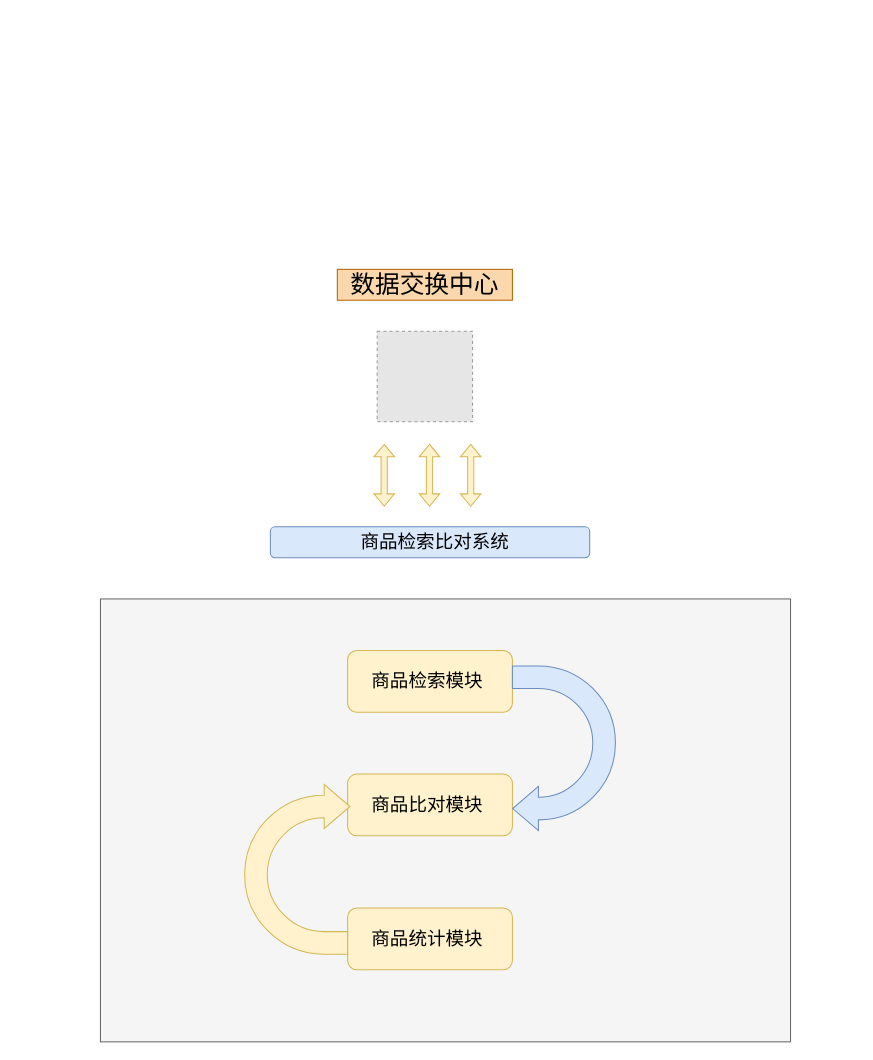
This is shop-compare-system.drawio from MarchAwake/design-graph, a draw.io file, before an edit. Source tidied: cells renumbered, new cells numbered last; positions are measured from the earlier drawing's top-left corner, leaving out a move shared by most shapes. Both pictures are drawn from the tidied source at 103%, with x=0, y=0 at pixel (100, 269). Pictures stored in the file or linked from it are replaced by grey dashed boxes.
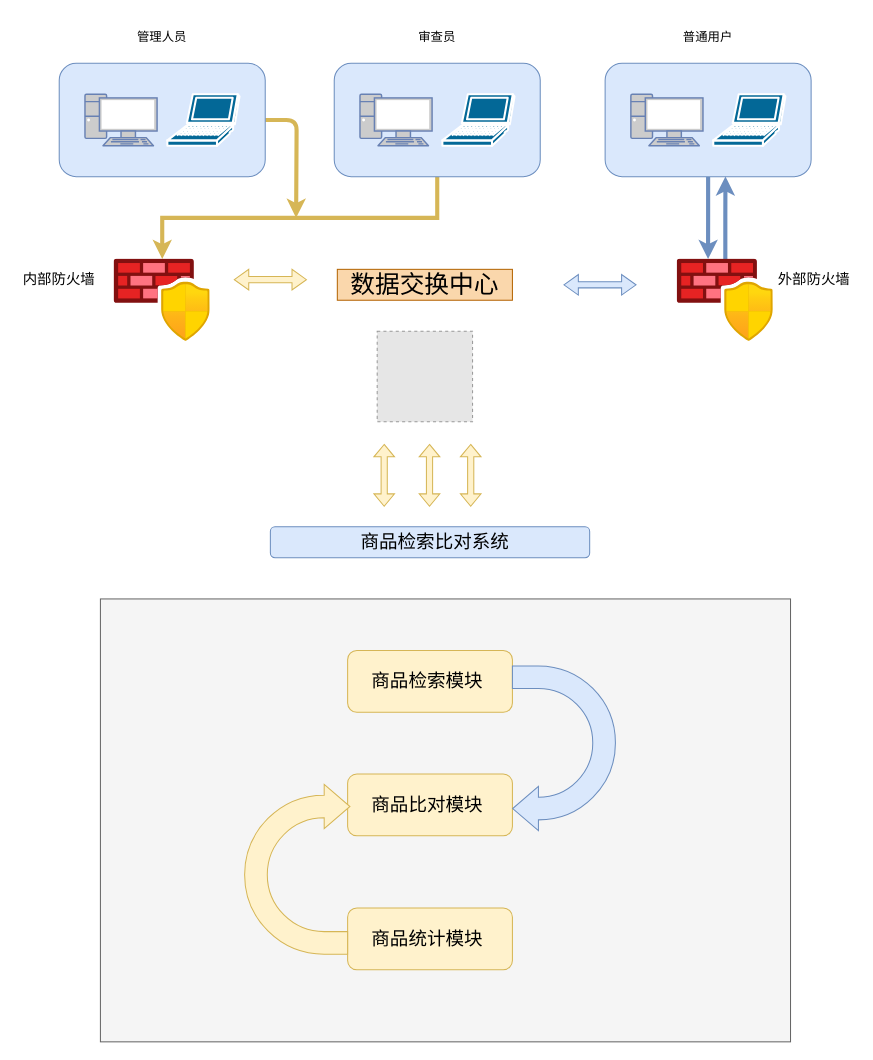
After the change.

What changed in the source:
```diff
@@
+    <mxCell id="18" style="edgeStyle=orthogonalEdgeStyle;rounded=1;jettySize=auto;html=1;fillColor=#fff2cc;strokeColor=#d6b656;strokeWidth=4;" parent="1" edge="1" source="19">
+      <mxGeometry relative="1" as="geometry">
+        <mxPoint x="190" y="-50" as="targetPoint" />
+      </mxGeometry>
+    </mxCell>
+    <mxCell id="19" style="rounded=1;whiteSpace=wrap;html=1;fillColor=#dae8fc;strokeColor=#6c8ebf;" parent="1" vertex="1">
+      <mxGeometry x="-40" y="-200" width="200" height="110" as="geometry" />
+    </mxCell>
@@
+    <mxCell id="20" style="fontColor=#0066CC;verticalAlign=top;verticalLabelPosition=bottom;labelPosition=center;align=center;html=1;fillColor=#CCCCCC;strokeColor=#6881B3;gradientColor=none;gradientDirection=north;strokeWidth=2;shape=mxgraph.networks.pc;" parent="1" vertex="1">
+      <mxGeometry x="-15" y="-170" width="70" height="50" as="geometry" />
+    </mxCell>
+    <mxCell id="21" style="shape=mxgraph.cisco.computers_and_peripherals.laptop;html=1;dashed=0;fillColor=#036897;strokeColor=#ffffff;strokeWidth=2;verticalLabelPosition=bottom;verticalAlign=top;align=center;" parent="1" vertex="1">
+      <mxGeometry x="65" y="-170" width="70" height="50" as="geometry" />
+    </mxCell>
+    <mxCell id="22" value="&lt;p class=&quot;MsoNormal&quot;&gt;&lt;font face=&quot;仿宋_GB2312&quot;&gt;管理人员&lt;/font&gt;&lt;/p&gt;" style="text;html=1;strokeColor=none;fillColor=none;align=center;verticalAlign=middle;whiteSpace=wrap;rounded=0;" parent="1" vertex="1">
+      <mxGeometry x="30" y="-240" width="60" height="30" as="geometry" />
+    </mxCell>
+    <mxCell id="23" style="edgeStyle=orthogonalEdgeStyle;rounded=0;jettySize=auto;html=1;exitX=0.5;exitY=1;exitDx=0;exitDy=0;fillColor=#fff2cc;strokeColor=#d6b656;strokeWidth=4;" parent="1" edge="1" source="24" target="33">
+      <mxGeometry relative="1" as="geometry" />
+    </mxCell>
+    <mxCell id="24" style="rounded=1;whiteSpace=wrap;html=1;fillColor=#dae8fc;strokeColor=#6c8ebf;" parent="1" vertex="1">
+      <mxGeometry x="227" y="-200" width="200" height="110" as="geometry" />
+    </mxCell>
+    <mxCell id="25" style="fontColor=#0066CC;verticalAlign=top;verticalLabelPosition=bottom;labelPosition=center;align=center;html=1;fillColor=#CCCCCC;strokeColor=#6881B3;gradientColor=none;gradientDirection=north;strokeWidth=2;shape=mxgraph.networks.pc;" parent="1" vertex="1">
+      <mxGeometry x="252" y="-170" width="70" height="50" as="geometry" />
+    </mxCell>
+    <mxCell id="26" style="shape=mxgraph.cisco.computers_and_peripherals.laptop;html=1;dashed=0;fillColor=#036897;strokeColor=#ffffff;strokeWidth=2;verticalLabelPosition=bottom;verticalAlign=top;align=center;" parent="1" vertex="1">
+      <mxGeometry x="332" y="-170" width="70" height="50" as="geometry" />
+    </mxCell>
+    <mxCell id="27" value="&lt;p class=&quot;MsoNormal&quot;&gt;&lt;font face=&quot;仿宋_GB2312&quot;&gt;审查员&lt;/font&gt;&lt;/p&gt;" style="text;html=1;strokeColor=none;fillColor=none;align=center;verticalAlign=middle;whiteSpace=wrap;rounded=0;" parent="1" vertex="1">
+      <mxGeometry x="297" y="-240" width="60" height="30" as="geometry" />
+    </mxCell>
+    <mxCell id="28" style="edgeStyle=orthogonalEdgeStyle;rounded=0;jettySize=auto;html=1;entryX=0.321;entryY=0;entryDx=0;entryDy=0;entryPerimeter=0;fillColor=#dae8fc;strokeColor=#6c8ebf;strokeWidth=4;" parent="1" edge="1" source="29" target="35">
+      <mxGeometry relative="1" as="geometry" />
+    </mxCell>
+    <mxCell id="29" style="rounded=1;whiteSpace=wrap;html=1;fillColor=#dae8fc;strokeColor=#6c8ebf;" parent="1" vertex="1">
+      <mxGeometry x="490" y="-200" width="200" height="110" as="geometry" />
+    </mxCell>
+    <mxCell id="30" style="fontColor=#0066CC;verticalAlign=top;verticalLabelPosition=bottom;labelPosition=center;align=center;html=1;fillColor=#CCCCCC;strokeColor=#6881B3;gradientColor=none;gradientDirection=north;strokeWidth=2;shape=mxgraph.networks.pc;" parent="1" vertex="1">
+      <mxGeometry x="515" y="-170" width="70" height="50" as="geometry" />
+    </mxCell>
+    <mxCell id="31" style="shape=mxgraph.cisco.computers_and_peripherals.laptop;html=1;dashed=0;fillColor=#036897;strokeColor=#ffffff;strokeWidth=2;verticalLabelPosition=bottom;verticalAlign=top;align=center;" parent="1" vertex="1">
+      <mxGeometry x="595" y="-170" width="70" height="50" as="geometry" />
+    </mxCell>
+    <mxCell id="32" value="&lt;p class=&quot;MsoNormal&quot;&gt;&lt;font face=&quot;仿宋_GB2312&quot;&gt;普通用户&lt;/font&gt;&lt;/p&gt;" style="text;html=1;strokeColor=none;fillColor=none;align=center;verticalAlign=middle;whiteSpace=wrap;rounded=0;" parent="1" vertex="1">
+      <mxGeometry x="560" y="-240" width="60" height="30" as="geometry" />
+    </mxCell>
+    <mxCell id="33" style="image;html=1;points=[];align=center;fontSize=12;image=img/lib/azure2/networking/Azure_Firewall_Manager.svg;" parent="1" vertex="1">
+      <mxGeometry x="13.3" y="-10" width="93.3" height="80" as="geometry" />
+    </mxCell>
+    <mxCell id="34" style="edgeStyle=orthogonalEdgeStyle;rounded=0;jettySize=auto;html=1;entryX=0.584;entryY=0.998;entryDx=0;entryDy=0;entryPerimeter=0;fillColor=#dae8fc;strokeColor=#6c8ebf;strokeWidth=4;" parent="1" edge="1" source="35" target="29">
+      <mxGeometry relative="1" as="geometry" />
+    </mxCell>
+    <mxCell id="35" style="image;html=1;points=[];align=center;fontSize=12;image=img/lib/azure2/networking/Azure_Firewall_Manager.svg;" parent="1" vertex="1">
+      <mxGeometry x="560" y="-10" width="93.3" height="80" as="geometry" />
+    </mxCell>
+    <mxCell id="36" value="&lt;font style=&quot;font-size: 14px;&quot;&gt;内部防火墙&lt;/font&gt;" style="text;html=1;strokeColor=none;fillColor=none;align=center;verticalAlign=middle;whiteSpace=wrap;rounded=0;" parent="1" vertex="1">
+      <mxGeometry x="-80" y="-5" width="80" height="30" as="geometry" />
+    </mxCell>
+    <mxCell id="37" value="&lt;font style=&quot;font-size: 14px;&quot;&gt;外部防火墙&lt;/font&gt;" style="text;html=1;strokeColor=none;fillColor=none;align=center;verticalAlign=middle;whiteSpace=wrap;rounded=0;" parent="1" vertex="1">
+      <mxGeometry x="653.3" y="-5" width="80" height="30" as="geometry" />
+    </mxCell>
+    <mxCell id="38" style="shape=doubleArrow;whiteSpace=wrap;html=1;fillColor=#fff2cc;strokeColor=#d6b656;" parent="1" vertex="1">
+      <mxGeometry x="130" width="70" height="20" as="geometry" />
+    </mxCell>
+    <mxCell id="39" style="shape=doubleArrow;whiteSpace=wrap;html=1;fillColor=#dae8fc;strokeColor=#6c8ebf;" parent="1" vertex="1">
+      <mxGeometry x="450" y="5" width="70" height="20" as="geometry" />
+    </mxCell>
```
